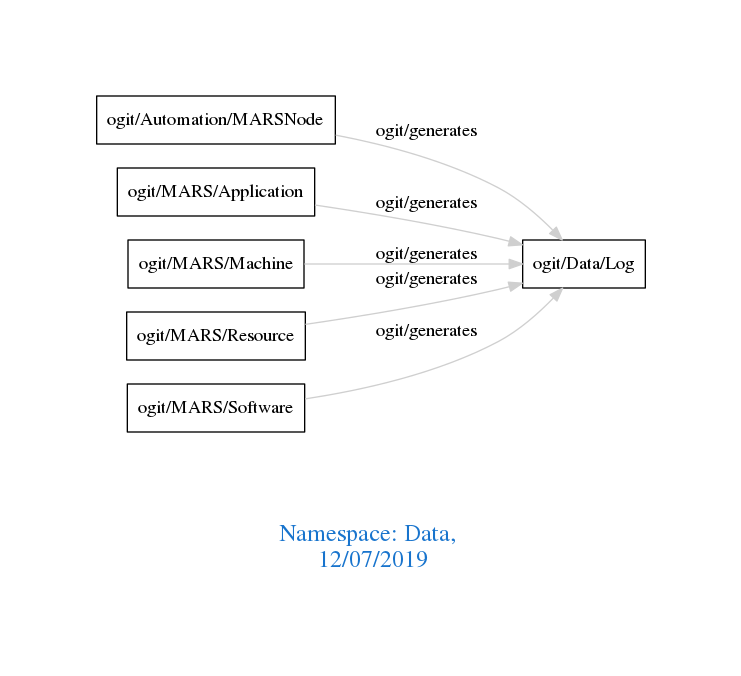
This is downloads/Data.png from arago/OGIT, a Graphviz export, as it was before one commit. Its source is kept beside it as downloads/Data.dot.
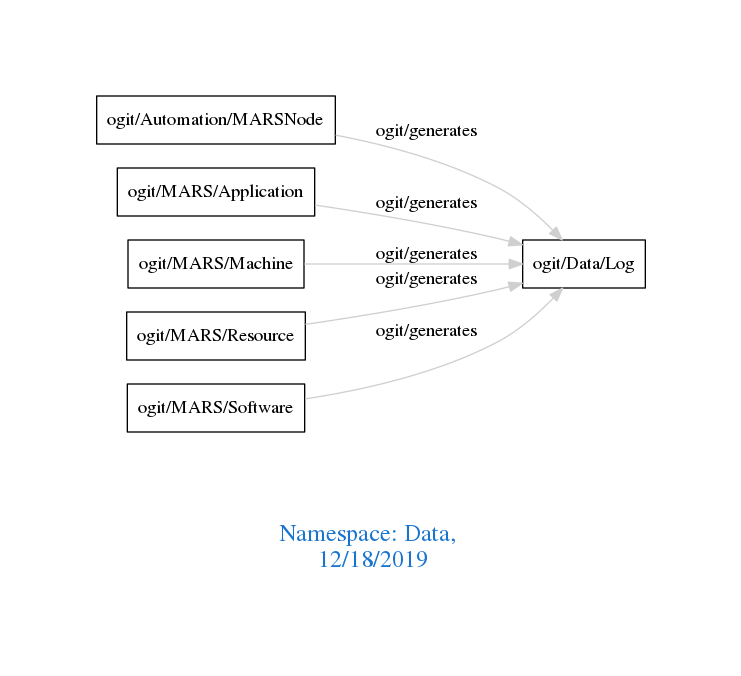
Later version of the same file.

Diff of the diagram source:
```diff
@@ -1,7 +1,7 @@
 digraph OGIT_ontology {
  graph [ rankdir= LR,pad=1
 fontsize = 18,
-fontcolor= dodgerblue3,label = "\n\n\nNamespace: Data, \n 12/07/2019"];
+fontcolor= dodgerblue3,label = "\n\n\nNamespace: Data, \n 12/18/2019"];
 node[shape=polygon];
 edge [  color="gray81"];
 
```
